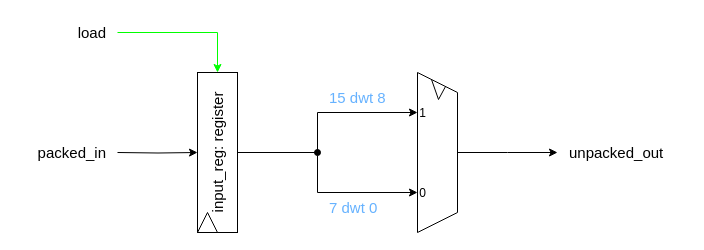
The draw.io diagram page "SDR_to_DDR_converter" (6 of 9) of hyperram_system/ip/avs_to_hram_converter/schematics/avs_to_hram_converter.drawio in AndreaBononi/Intel_Cyclone10LP_systems, before the edit. Source tidied: cells renumbered, new cells numbered last; positions are measured from the earlier drawing's top-left corner, leaving out a move shared by most shapes. Both pictures are drawn from the tidied source at 100%, with x=0, y=0 at pixel (17, 17).
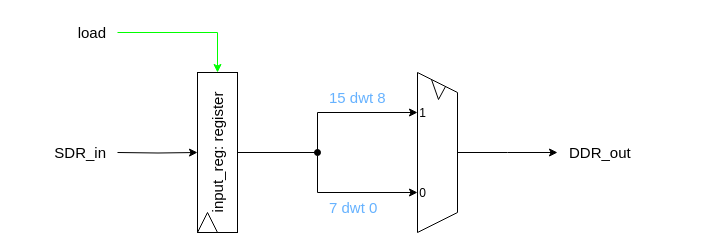
The same page after the edit.

Diff of the diagram source:
```diff
@@
-    <mxCell id="3" value="unpacked_out" style="text;html=1;align=left;verticalAlign=middle;strokeColor=none;fillColor=none;rotation=0;fontSize=15;" parent="1" vertex="1">
-      <mxGeometry x="550" y="120" width="120" height="30" as="geometry" />
+    <mxCell id="3" value="DDR_out" style="text;html=1;align=left;verticalAlign=middle;strokeColor=none;fillColor=none;rotation=0;fontSize=15;" parent="1" vertex="1">
+      <mxGeometry x="550" y="120" width="90" height="30" as="geometry" />
     </mxCell>
-    <mxCell id="4" value="packed_in" style="text;html=1;align=right;verticalAlign=middle;strokeColor=none;fillColor=none;fontSize=15;rotation=0;" parent="1" vertex="1">
-      <mxGeometry y="120" width="90" height="30" as="geometry" />
+    <mxCell id="4" value="SDR_in" style="text;html=1;align=right;verticalAlign=middle;strokeColor=none;fillColor=none;fontSize=15;rotation=0;" parent="1" vertex="1">
+      <mxGeometry x="10" y="120" width="80" height="30" as="geometry" />
     </mxCell>
```
